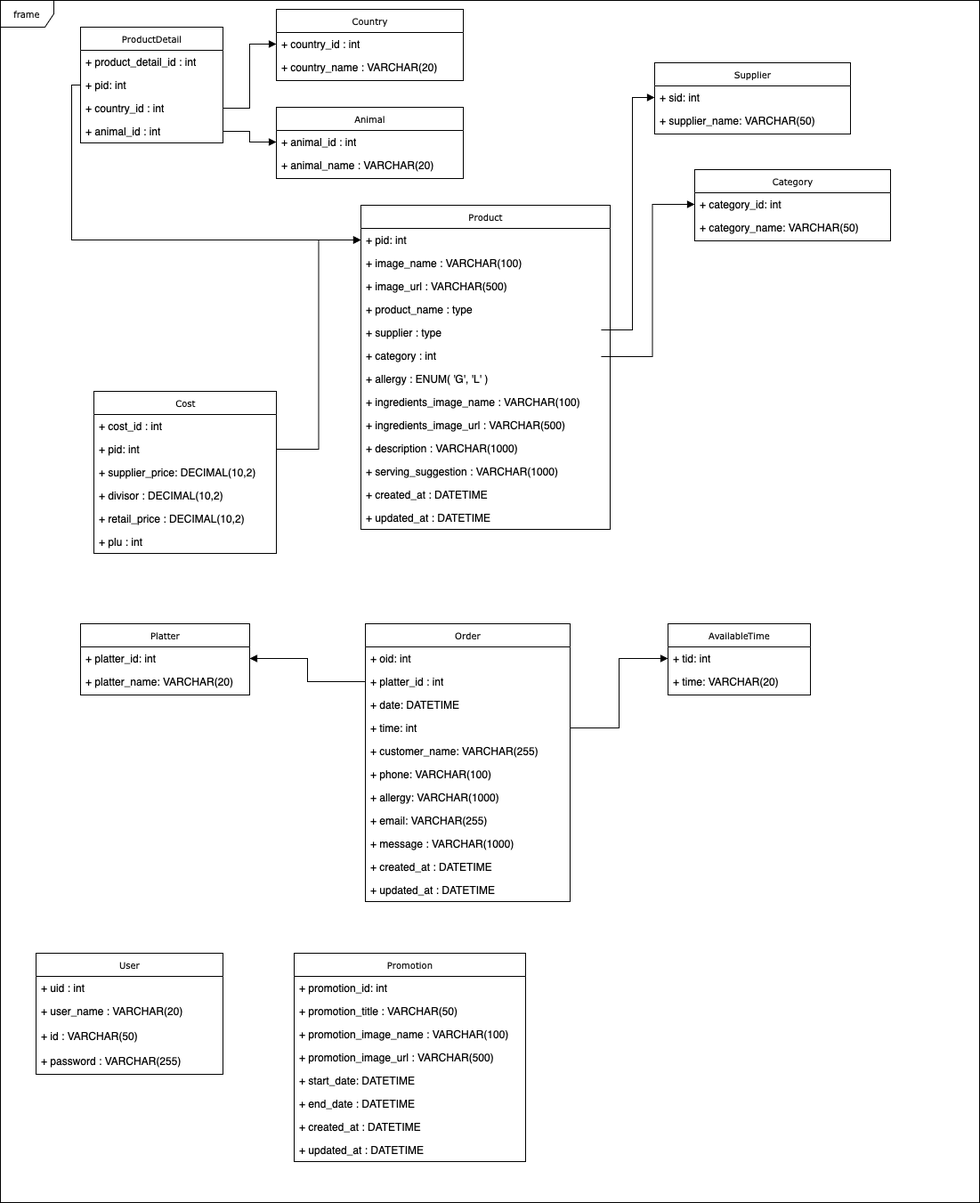
Earlier version of the draw.io export database-uml.drawio.png (Yunzoo01/linas-deli). Source tidied: cells renumbered, new cells last; positions are measured from the earlier drawing's top-left corner, leaving out a move shared by most shapes.
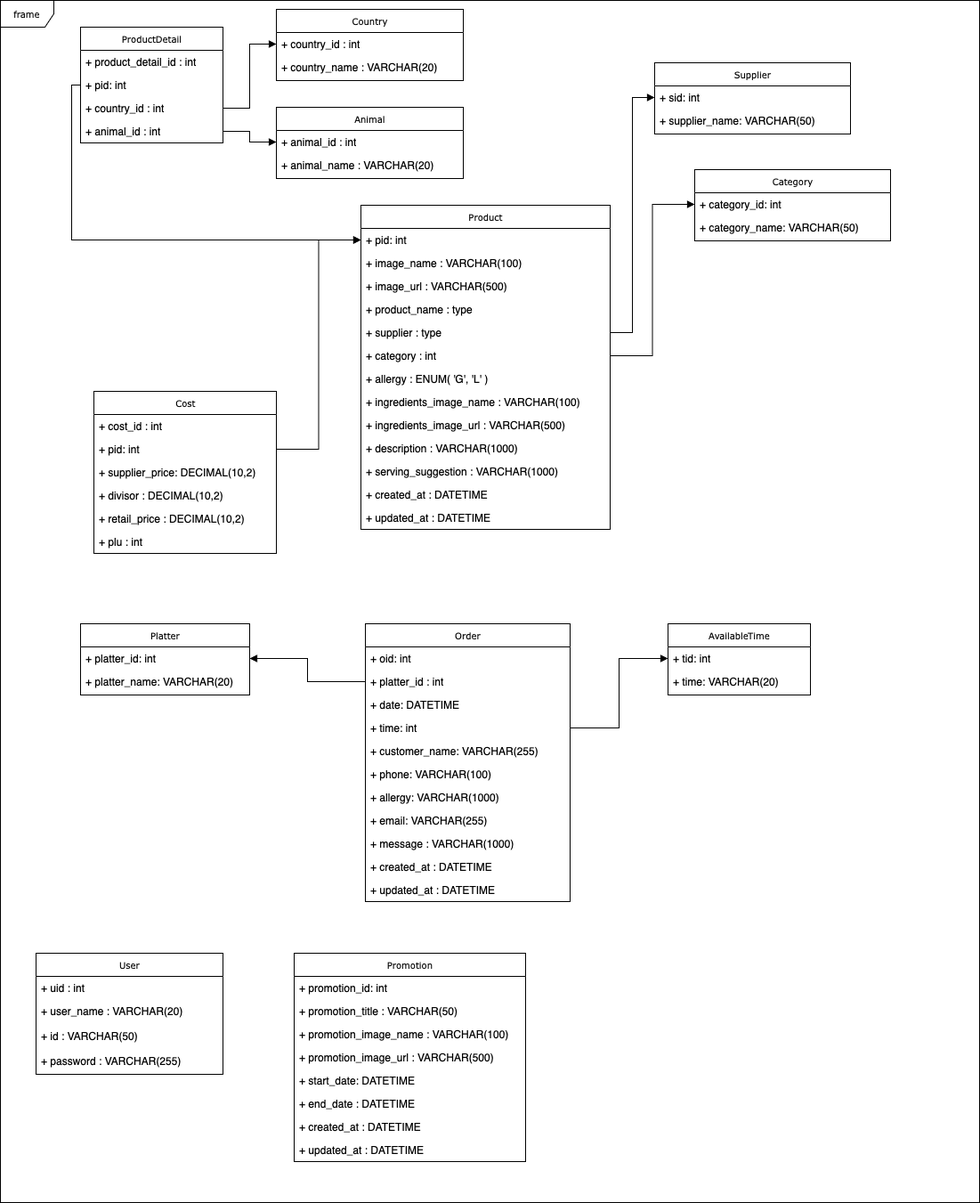
Above is the later version.

Diff of the diagram source:
```diff
@@ -215,10 +215,10 @@
     <mxCell id="72" value="+ updated_at : DATETIME" style="text;html=1;strokeColor=none;fillColor=none;align=left;verticalAlign=top;spacingLeft=4;spacingRight=4;whiteSpace=wrap;overflow=hidden;" parent="64" vertex="1">
       <mxGeometry y="208" width="260" height="26" as="geometry" />
     </mxCell>
-    <mxCell id="73" style="endArrow=block;endFill=1;html=1;edgeStyle=orthogonalEdgeStyle;align=left;verticalAlign=top;rounded=0;exitX=0.964;exitY=0.538;exitDx=0;exitDy=0;entryX=0;entryY=0.5;entryDx=0;entryDy=0;exitPerimeter=0;" parent="1" edge="1" source="9" target="56">
+    <mxCell id="73" style="endArrow=block;endFill=1;html=1;edgeStyle=orthogonalEdgeStyle;align=left;verticalAlign=top;rounded=0;entryX=0;entryY=0.5;entryDx=0;entryDy=0;" parent="1" edge="1" source="9" target="56">
       <mxGeometry x="-1" relative="1" as="geometry" />
     </mxCell>
-    <mxCell id="74" style="endArrow=block;endFill=1;html=1;edgeStyle=orthogonalEdgeStyle;align=left;verticalAlign=top;rounded=0;exitX=0.964;exitY=0.385;exitDx=0;exitDy=0;entryX=0;entryY=0.5;entryDx=0;entryDy=0;exitPerimeter=0;" parent="1" edge="1" source="8" target="25">
+    <mxCell id="74" style="endArrow=block;endFill=1;html=1;edgeStyle=orthogonalEdgeStyle;align=left;verticalAlign=top;rounded=0;entryX=0;entryY=0.5;entryDx=0;entryDy=0;" parent="1" edge="1" source="8" target="25">
       <mxGeometry x="-1" relative="1" as="geometry" />
     </mxCell>
     <mxCell id="75" style="endArrow=block;endFill=1;html=1;edgeStyle=orthogonalEdgeStyle;align=left;verticalAlign=top;rounded=0;exitX=0;exitY=0.5;exitDx=0;exitDy=0;" parent="1" edge="1" source="52" target="4">
```
